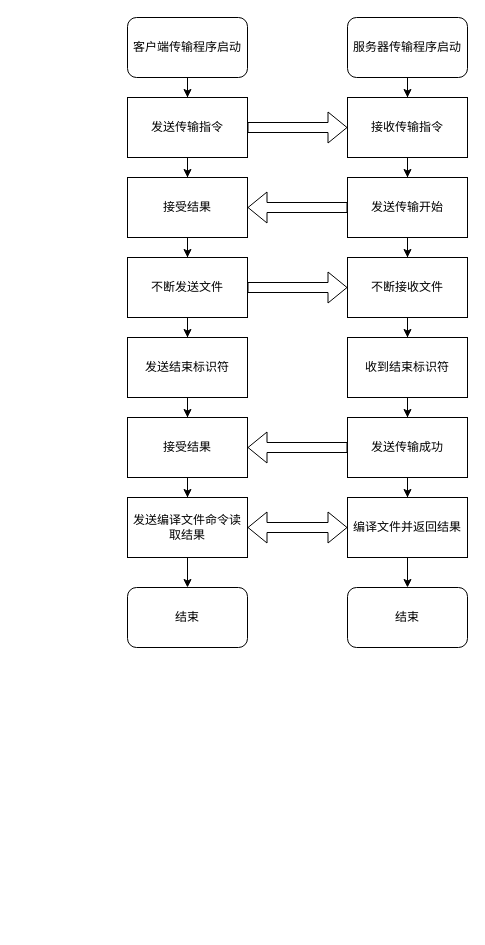
Earlier version of the draw.io diagram page "Page-5" (5 of 6) of Task2.drawio (moui66744/NetDesign). Source tidied: cells renumbered, new cells numbered last; positions are measured from the earlier drawing's top-left corner, leaving out a move shared by most shapes. Both pictures are drawn from the tidied source at 100%, with x=0, y=0 at pixel (127, 17).
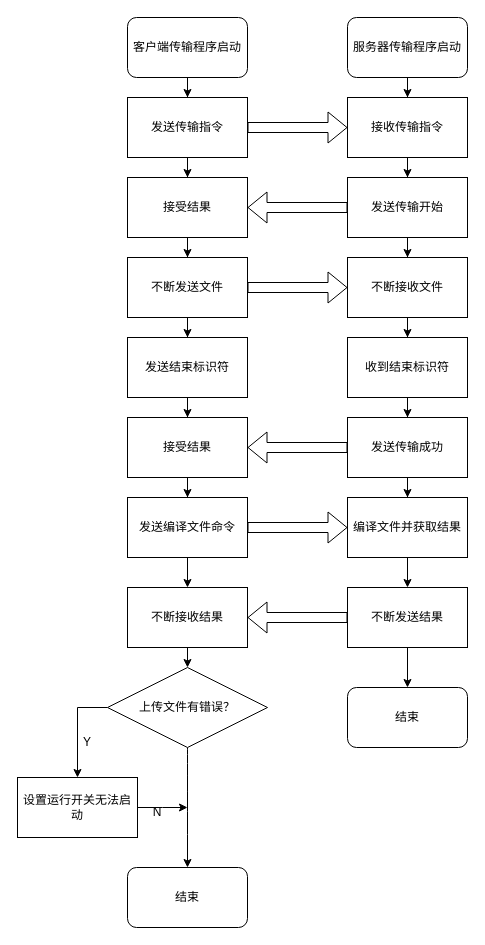
The same diagram, later.

The edit, as a diff of the source:
```diff
@@
-    <mxCell id="24" value="结束" style="rounded=1;whiteSpace=wrap;html=1;" parent="1" vertex="1">
-      <mxGeometry x="220" y="570" width="120" height="60" as="geometry" />
-    </mxCell>
-    <mxCell id="25" style="edgeStyle=orthogonalEdgeStyle;rounded=0;jettySize=auto;html=1;entryX=0.5;entryY=0;entryDx=0;entryDy=0;" parent="1" edge="1" source="26" target="36">
+    <mxCell id="25" style="edgeStyle=orthogonalEdgeStyle;rounded=0;jettySize=auto;html=1;entryX=0.5;entryY=0;entryDx=0;entryDy=0;" parent="1" edge="1" source="26" target="38">
       <mxGeometry relative="1" as="geometry" />
     </mxCell>
-    <mxCell id="26" value="发送编译文件命令读取结果" style="rounded=0;whiteSpace=wrap;html=1;" parent="1" vertex="1">
+    <mxCell id="26" value="发送编译文件命令" style="rounded=0;whiteSpace=wrap;html=1;" parent="1" vertex="1">
       <mxGeometry y="480" width="120" height="60" as="geometry" />
     </mxCell>
-    <mxCell id="27" style="edgeStyle=orthogonalEdgeStyle;rounded=0;jettySize=auto;html=1;" parent="1" edge="1" source="28" target="24">
+    <mxCell id="27" style="edgeStyle=orthogonalEdgeStyle;rounded=0;jettySize=auto;html=1;entryX=0.5;entryY=0;entryDx=0;entryDy=0;" parent="1" edge="1" source="28" target="41">
       <mxGeometry relative="1" as="geometry" />
     </mxCell>
-    <mxCell id="28" value="编译文件并返回结果" style="rounded=0;whiteSpace=wrap;html=1;" parent="1" vertex="1">
+    <mxCell id="28" value="编译文件并获取结果" style="rounded=0;whiteSpace=wrap;html=1;" parent="1" vertex="1">
       <mxGeometry x="220" y="480" width="120" height="60" as="geometry" />
     </mxCell>
-    <mxCell id="29" style="shape=flexArrow;endArrow=classic;startArrow=classic;html=1;rounded=0;exitX=1;exitY=0.5;exitDx=0;exitDy=0;entryX=0;entryY=0.5;entryDx=0;entryDy=0;" parent="1" edge="1" source="26" target="28">
-      <mxGeometry relative="1" as="geometry" />
-    </mxCell>
@@
-    <mxCell id="36" value="结束" style="rounded=1;whiteSpace=wrap;html=1;" parent="1" vertex="1">
-      <mxGeometry y="570" width="120" height="60" as="geometry" />
-    </mxCell>
+    <mxCell id="37" style="edgeStyle=orthogonalEdgeStyle;curved=1;rounded=0;jettySize=auto;html=1;entryX=0.5;entryY=0;entryDx=0;entryDy=0;" parent="1" edge="1" source="38" target="45">
+      <mxGeometry relative="1" as="geometry" />
+    </mxCell>
+    <mxCell id="38" value="不断接收结果" style="rounded=0;whiteSpace=wrap;html=1;" parent="1" vertex="1">
+      <mxGeometry y="570" width="120" height="60" as="geometry" />
+    </mxCell>
+    <mxCell id="39" value="结束" style="rounded=1;whiteSpace=wrap;html=1;" parent="1" vertex="1">
+      <mxGeometry y="850" width="120" height="60" as="geometry" />
+    </mxCell>
+    <mxCell id="29" style="shape=flexArrow;endArrow=classic;html=1;rounded=0;curved=1;exitX=1;exitY=0.5;exitDx=0;exitDy=0;entryX=0;entryY=0.5;entryDx=0;entryDy=0;" parent="1" edge="1" source="26" target="28">
+      <mxGeometry relative="1" as="geometry" />
+    </mxCell>
+    <mxCell id="40" style="edgeStyle=orthogonalEdgeStyle;rounded=0;jettySize=auto;html=1;entryX=0.5;entryY=0;entryDx=0;entryDy=0;" parent="1" edge="1" source="41" target="50">
+      <mxGeometry relative="1" as="geometry" />
+    </mxCell>
+    <mxCell id="41" value="不断发送结果" style="rounded=0;whiteSpace=wrap;html=1;" parent="1" vertex="1">
+      <mxGeometry x="220" y="570" width="120" height="60" as="geometry" />
+    </mxCell>
+    <mxCell id="42" style="shape=flexArrow;endArrow=classic;html=1;rounded=0;curved=1;exitX=0;exitY=0.5;exitDx=0;exitDy=0;entryX=1;entryY=0.5;entryDx=0;entryDy=0;" parent="1" edge="1" source="41" target="38">
+      <mxGeometry relative="1" as="geometry" />
+    </mxCell>
+    <mxCell id="43" style="edgeStyle=orthogonalEdgeStyle;curved=1;rounded=0;jettySize=auto;html=1;" parent="1" edge="1" source="45" target="39">
+      <mxGeometry relative="1" as="geometry" />
+    </mxCell>
+    <mxCell id="44" style="edgeStyle=orthogonalEdgeStyle;rounded=0;jettySize=auto;html=1;" parent="1" edge="1" source="45" target="47">
+      <mxGeometry relative="1" as="geometry">
+        <Array as="points">
+          <mxPoint x="-50" y="690" />
+        </Array>
+      </mxGeometry>
+    </mxCell>
+    <mxCell id="45" value="上传文件有错误？" style="rhombus;whiteSpace=wrap;html=1;" parent="1" vertex="1">
+      <mxGeometry x="-20" y="650" width="160" height="80" as="geometry" />
+    </mxCell>
+    <mxCell id="46" style="edgeStyle=orthogonalEdgeStyle;rounded=0;jettySize=auto;html=1;" parent="1" edge="1" source="47">
+      <mxGeometry relative="1" as="geometry">
+        <mxPoint x="60" y="790" as="targetPoint" />
+      </mxGeometry>
+    </mxCell>
+    <mxCell id="47" value="设置运行开关无法启动" style="rounded=0;whiteSpace=wrap;html=1;" parent="1" vertex="1">
+      <mxGeometry x="-110" y="760" width="120" height="60" as="geometry" />
+    </mxCell>
+    <mxCell id="48" value="Y" style="text;html=1;strokeColor=none;fillColor=none;align=center;verticalAlign=middle;whiteSpace=wrap;rounded=0;" parent="1" vertex="1">
+      <mxGeometry x="-70" y="710" width="60" height="30" as="geometry" />
+    </mxCell>
+    <mxCell id="49" value="N" style="text;html=1;strokeColor=none;fillColor=none;align=center;verticalAlign=middle;whiteSpace=wrap;rounded=0;" parent="1" vertex="1">
+      <mxGeometry y="780" width="60" height="30" as="geometry" />
+    </mxCell>
+    <mxCell id="50" value="结束" style="rounded=1;whiteSpace=wrap;html=1;" parent="1" vertex="1">
+      <mxGeometry x="220" y="670" width="120" height="60" as="geometry" />
+    </mxCell>
```
